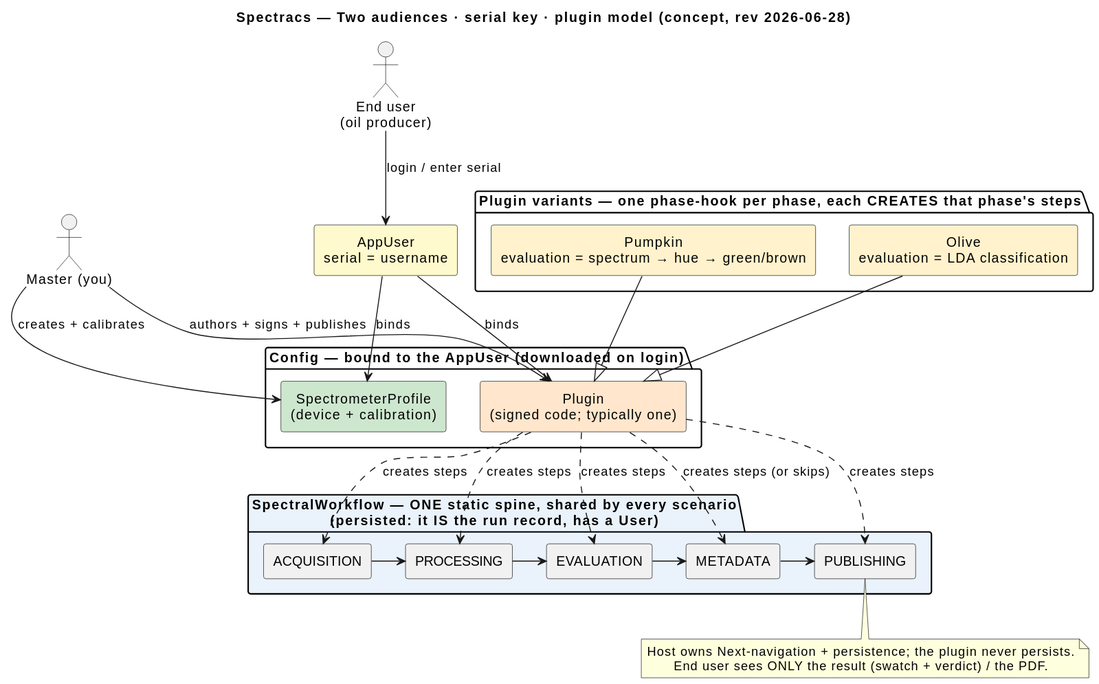
nidwe72/spectracs-docs keeps this PlantUML diagram as plugin_model.svg. Above is the earlier version.
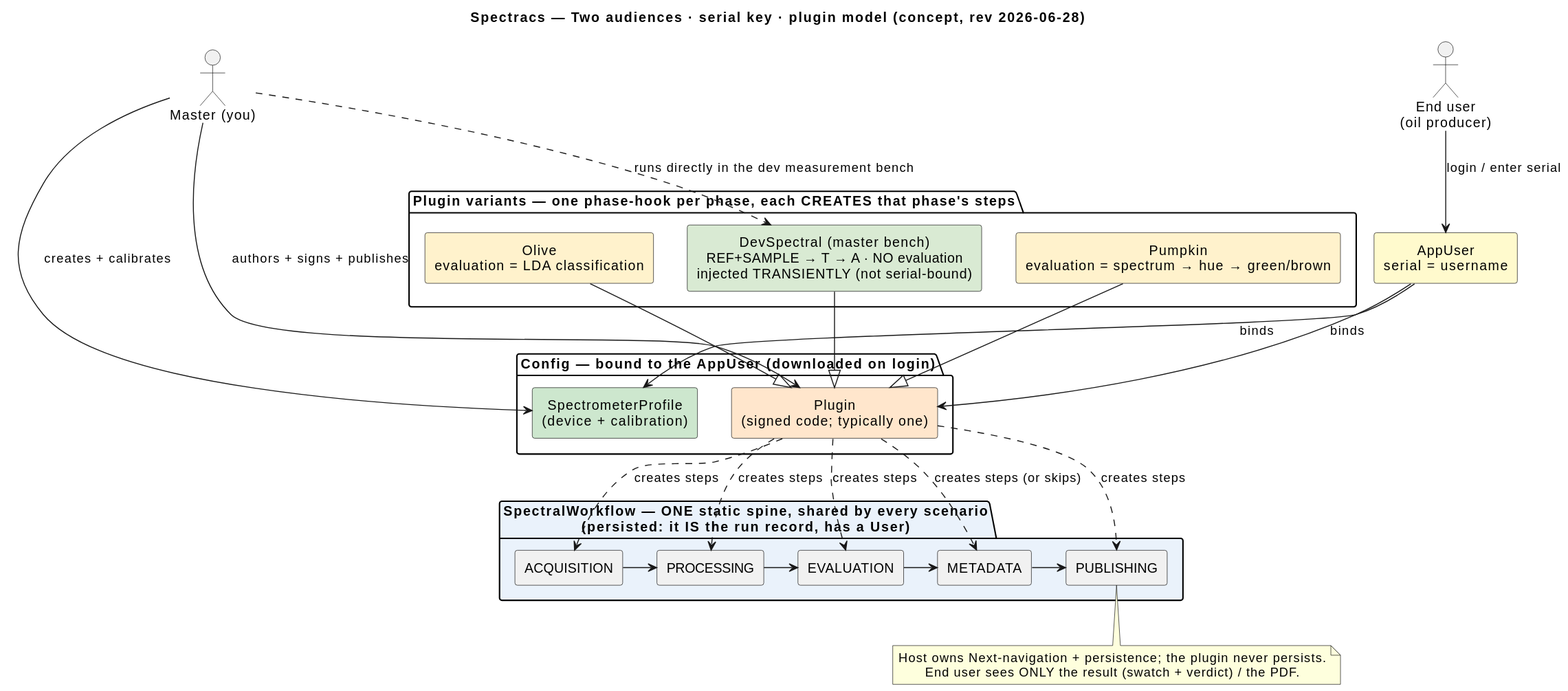
The same file after the commit.

Commit message:
Roadmap: dev measurement bench + SM2 real calibration done

Change to the diagram source:
```diff
@@ -30,6 +30,7 @@
 package "Plugin variants — one phase-hook per phase, each CREATES that phase's steps" {
   component "Pumpkin\nevaluation = spectrum → hue → green/brown" as PU #FFF2CC
   component "Olive\nevaluation = LDA classification" as OL #FFF2CC
+  component "DevSpectral (master bench)\nREF+SAMPLE → T → A · NO evaluation\ninjected TRANSIENTLY (not serial-bound)" as DV #D9EAD3
 }
 
 M --> P  : creates + calibrates
@@ -44,6 +45,8 @@
 PM ..> PB : creates steps
 PU --|> PM
 OL --|> PM
+DV --|> PM
+M ..> DV : runs directly in the dev measurement bench
 
 note bottom of PB
   Host owns Next-navigation + persistence; the plugin never persists.
```
